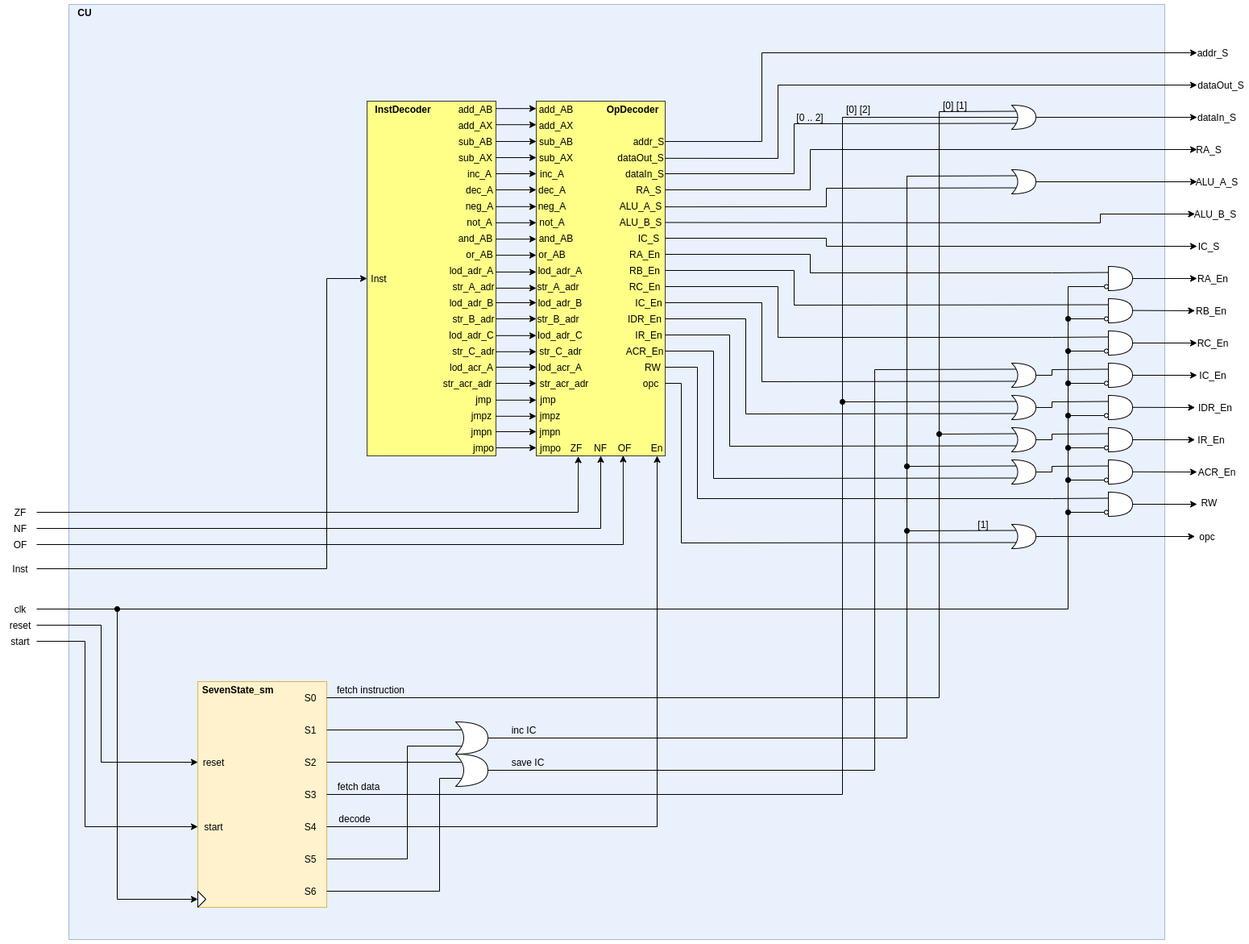
dma-neves/dcpu keeps this draw.io diagram as other/CU.png. Above is the earlier version. Source tidied: cells renumbered, new cells last; positions are measured from the earlier drawing's top-left corner, leaving out a move shared by most shapes.
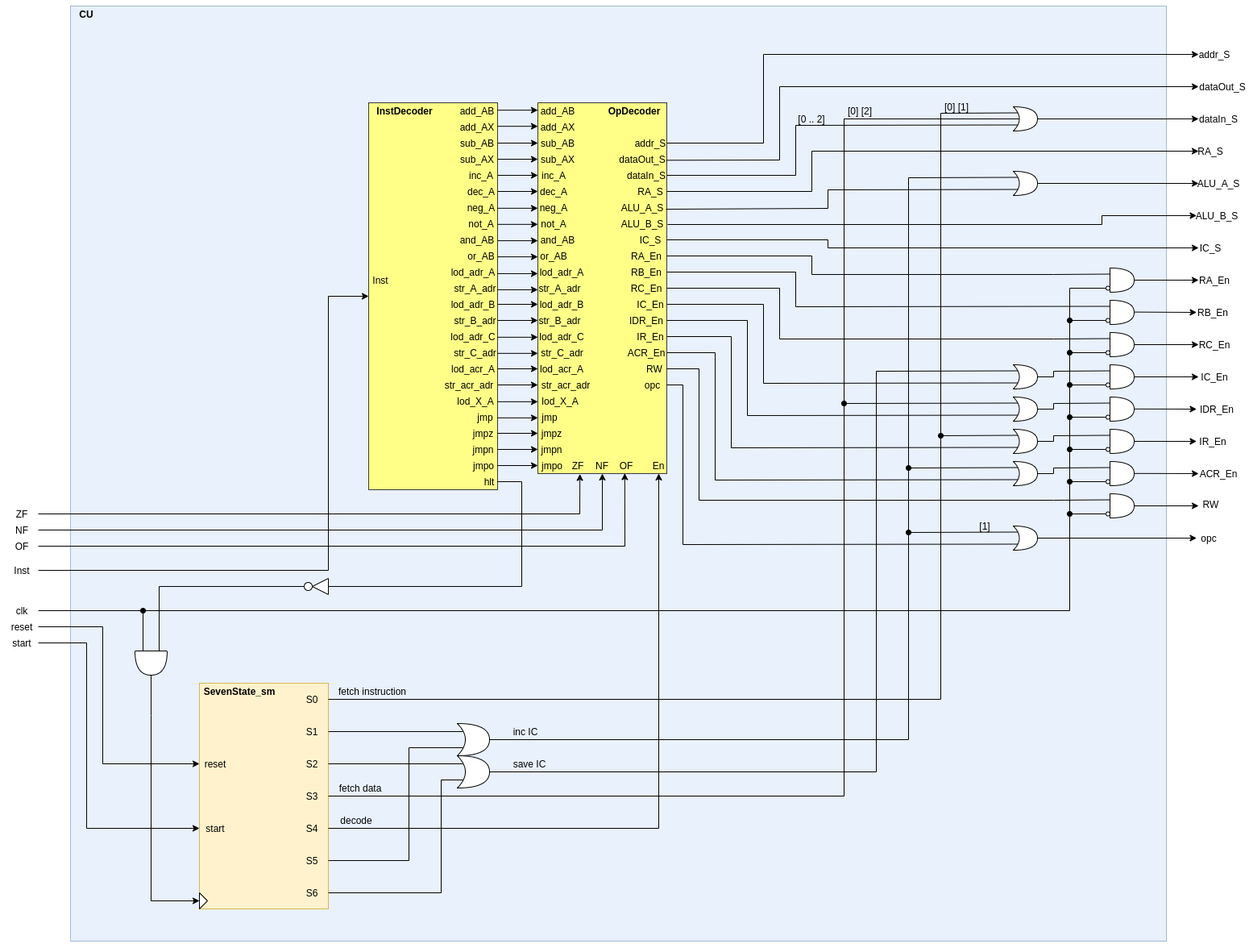
After the commit.

Change to the diagram source:
```diff
@@ -42,7 +42,7 @@
       <mxGeometry x="240" y="1010" width="40" height="20" as="geometry" />
     </mxCell>
     <mxCell id="15" style="rounded=0;whiteSpace=wrap;html=1;fillColor=#ffff88;strokeColor=#36393d;" parent="1" vertex="1">
-      <mxGeometry x="450" y="120" width="160" height="440" as="geometry" />
+      <mxGeometry x="450" y="120" width="160" height="480" as="geometry" />
     </mxCell>
     <mxCell id="16" value="&lt;b&gt;InstDecoder&lt;/b&gt;" style="text;html=1;strokeColor=none;fillColor=none;align=center;verticalAlign=middle;whiteSpace=wrap;rounded=0;" parent="1" vertex="1">
       <mxGeometry x="470" y="120" width="50" height="20" as="geometry" />
@@ -54,7 +54,7 @@
       <mxGeometry relative="1" as="geometry">
         <Array as="points">
           <mxPoint x="400" y="700" />
-          <mxPoint x="400" y="340" />
+          <mxPoint x="400" y="360" />
         </Array>
       </mxGeometry>
     </mxCell>
@@ -80,7 +80,7 @@
       </mxGeometry>
     </mxCell>
     <mxCell id="22" style="rounded=0;whiteSpace=wrap;html=1;fillColor=#ffff88;strokeColor=#36393d;" parent="1" vertex="1">
-      <mxGeometry x="660" y="120" width="160" height="440" as="geometry" />
+      <mxGeometry x="660" y="120" width="160" height="460" as="geometry" />
     </mxCell>
     <mxCell id="23" value="&lt;b&gt;OpDecoder&lt;/b&gt;" style="text;html=1;strokeColor=none;fillColor=none;align=center;verticalAlign=middle;whiteSpace=wrap;rounded=0;" parent="1" vertex="1">
       <mxGeometry x="760" y="120" width="40" height="20" as="geometry" />
@@ -134,16 +134,16 @@
       <mxGeometry x="560" y="420" width="45" height="20" as="geometry" />
     </mxCell>
     <mxCell id="40" value="jmp" style="text;html=1;strokeColor=none;fillColor=none;align=center;verticalAlign=middle;whiteSpace=wrap;rounded=0;" parent="1" vertex="1">
-      <mxGeometry x="570" y="480" width="50" height="20" as="geometry" />
+      <mxGeometry x="570" y="500" width="50" height="20" as="geometry" />
     </mxCell>
     <mxCell id="41" value="jmpz" style="text;html=1;strokeColor=none;fillColor=none;align=center;verticalAlign=middle;whiteSpace=wrap;rounded=0;" parent="1" vertex="1">
-      <mxGeometry x="570" y="500" width="45" height="20" as="geometry" />
+      <mxGeometry x="570" y="520" width="45" height="20" as="geometry" />
     </mxCell>
     <mxCell id="42" value="jmpn" style="text;html=1;strokeColor=none;fillColor=none;align=center;verticalAlign=middle;whiteSpace=wrap;rounded=0;" parent="1" vertex="1">
-      <mxGeometry x="570" y="520" width="45" height="20" as="geometry" />
+      <mxGeometry x="570" y="540" width="45" height="20" as="geometry" />
     </mxCell>
     <mxCell id="43" value="jmpo" style="text;html=1;strokeColor=none;fillColor=none;align=center;verticalAlign=middle;whiteSpace=wrap;rounded=0;" parent="1" vertex="1">
-      <mxGeometry x="575" y="540" width="40" height="20" as="geometry" />
+      <mxGeometry x="572.5" y="560" width="40" height="20" as="geometry" />
     </mxCell>
     <mxCell id="44" value="lod_acr_A" style="text;html=1;strokeColor=none;fillColor=none;align=center;verticalAlign=middle;whiteSpace=wrap;rounded=0;" parent="1" vertex="1">
       <mxGeometry x="565" y="440" width="30" height="20" as="geometry" />
@@ -200,16 +200,16 @@
       <mxGeometry x="667.5" y="420" width="45" height="20" as="geometry" />
     </mxCell>
     <mxCell id="62" value="jmp" style="text;html=1;strokeColor=none;fillColor=none;align=center;verticalAlign=middle;whiteSpace=wrap;rounded=0;" parent="1" vertex="1">
-      <mxGeometry x="650" y="480" width="50" height="20" as="geometry" />
+      <mxGeometry x="650" y="500" width="50" height="20" as="geometry" />
     </mxCell>
     <mxCell id="63" value="jmpz" style="text;html=1;strokeColor=none;fillColor=none;align=center;verticalAlign=middle;whiteSpace=wrap;rounded=0;" parent="1" vertex="1">
-      <mxGeometry x="655" y="500" width="45" height="20" as="geometry" />
+      <mxGeometry x="655" y="520" width="45" height="20" as="geometry" />
     </mxCell>
     <mxCell id="64" value="jmpn" style="text;html=1;strokeColor=none;fillColor=none;align=center;verticalAlign=middle;whiteSpace=wrap;rounded=0;" parent="1" vertex="1">
-      <mxGeometry x="655" y="520" width="45" height="20" as="geometry" />
+      <mxGeometry x="655" y="540" width="45" height="20" as="geometry" />
     </mxCell>
     <mxCell id="65" value="jmpo" style="text;html=1;strokeColor=none;fillColor=none;align=center;verticalAlign=middle;whiteSpace=wrap;rounded=0;" parent="1" vertex="1">
-      <mxGeometry x="657.5" y="540" width="40" height="20" as="geometry" />
+      <mxGeometry x="657.5" y="560" width="40" height="20" as="geometry" />
     </mxCell>
     <mxCell id="66" value="lod_acr_A" style="text;html=1;strokeColor=none;fillColor=none;align=center;verticalAlign=middle;whiteSpace=wrap;rounded=0;" parent="1" vertex="1">
       <mxGeometry x="675" y="440" width="30" height="20" as="geometry" />
@@ -218,16 +218,16 @@
       <mxGeometry x="675" y="460" width="40" height="20" as="geometry" />
     </mxCell>
     <mxCell id="68" value="En" style="text;html=1;strokeColor=none;fillColor=none;align=center;verticalAlign=middle;whiteSpace=wrap;rounded=0;" parent="1" vertex="1">
-      <mxGeometry x="790" y="540" width="40" height="20" as="geometry" />
+      <mxGeometry x="790" y="560" width="40" height="20" as="geometry" />
     </mxCell>
     <mxCell id="69" value="ZF" style="text;html=1;strokeColor=none;fillColor=none;align=center;verticalAlign=middle;whiteSpace=wrap;rounded=0;" parent="1" vertex="1">
-      <mxGeometry x="690" y="540" width="40" height="20" as="geometry" />
+      <mxGeometry x="690" y="560" width="40" height="20" as="geometry" />
     </mxCell>
     <mxCell id="70" value="NF" style="text;html=1;strokeColor=none;fillColor=none;align=center;verticalAlign=middle;whiteSpace=wrap;rounded=0;" parent="1" vertex="1">
-      <mxGeometry x="720" y="540" width="40" height="20" as="geometry" />
+      <mxGeometry x="720" y="560" width="40" height="20" as="geometry" />
     </mxCell>
     <mxCell id="71" value="OF" style="text;html=1;strokeColor=none;fillColor=none;align=center;verticalAlign=middle;whiteSpace=wrap;rounded=0;" parent="1" vertex="1">
-      <mxGeometry x="750" y="540" width="40" height="20" as="geometry" />
+      <mxGeometry x="750" y="560" width="40" height="20" as="geometry" />
     </mxCell>
     <mxCell id="72" value="addr_S" style="text;html=1;strokeColor=none;fillColor=none;align=center;verticalAlign=middle;whiteSpace=wrap;rounded=0;" parent="1" vertex="1">
       <mxGeometry x="780" y="160" width="40" height="20" as="geometry" />
@@ -397,7 +397,7 @@
     </mxCell>
     <mxCell id="123" style="endArrow=none;html=1;entryX=0;entryY=0.5;entryDx=0;entryDy=0;startArrow=oval;startFill=1;rounded=0;" parent="1" edge="1" target="103">
       <mxGeometry relative="1" as="geometry">
-        <mxPoint x="140" y="750" as="sourcePoint" />
+        <mxPoint x="170" y="750" as="sourcePoint" />
         <Array as="points">
           <mxPoint x="1320" y="750" />
           <mxPoint x="1320" y="350" />
@@ -555,7 +555,7 @@
         </Array>
       </mxGeometry>
     </mxCell>
-    <mxCell id="150" style="endArrow=classic;html=1;exitX=1;exitY=0.161;exitDx=0;exitDy=0;exitPerimeter=0;rounded=0;" parent="1" edge="1" source="22">
+    <mxCell id="150" style="endArrow=classic;html=1;exitX=0.996;exitY=0.155;exitDx=0;exitDy=0;exitPerimeter=0;rounded=0;" parent="1" edge="1" source="22">
       <mxGeometry relative="1" as="geometry">
         <mxPoint x="1480" y="100" as="targetPoint" />
         <Array as="points">
@@ -586,11 +586,11 @@
         </Array>
       </mxGeometry>
     </mxCell>
-    <mxCell id="155" style="endArrow=classic;html=1;exitX=1;exitY=0.5;exitDx=0;exitDy=0;entryX=0;entryY=0.5;entryDx=0;entryDy=0;rounded=0;" parent="1" edge="1" source="8" target="10">
+    <mxCell id="155" style="endArrow=classic;html=1;exitX=1;exitY=0.5;exitDx=0;exitDy=0;entryX=0;entryY=0.5;entryDx=0;entryDy=0;rounded=0;exitPerimeter=0;" parent="1" edge="1" source="227" target="10">
       <mxGeometry relative="1" as="geometry">
         <Array as="points">
-          <mxPoint x="140" y="750" />
-          <mxPoint x="140" y="1110" />
+          <mxPoint x="180" y="880" />
+          <mxPoint x="180" y="1110" />
         </Array>
       </mxGeometry>
     </mxCell>
@@ -626,8 +626,9 @@
     <mxCell id="164" value="fetch instruction" style="text;html=1;strokeColor=none;fillColor=none;align=center;verticalAlign=middle;whiteSpace=wrap;rounded=0;" parent="1" vertex="1">
       <mxGeometry x="400" y="840" width="110" height="20" as="geometry" />
     </mxCell>
-    <mxCell id="165" style="endArrow=classic;html=1;exitX=1;exitY=0.5;exitDx=0;exitDy=0;entryX=0.5;entryY=1;entryDx=0;entryDy=0;rounded=0;" parent="1" edge="1" source="160" target="68">
+    <mxCell id="165" style="endArrow=classic;html=1;exitX=1;exitY=0.5;exitDx=0;exitDy=0;rounded=0;" parent="1" edge="1" source="160">
       <mxGeometry relative="1" as="geometry">
+        <mxPoint x="810" y="580" as="targetPoint" />
         <Array as="points">
           <mxPoint x="810" y="1020" />
         </Array>
@@ -738,7 +739,7 @@
         </Array>
       </mxGeometry>
     </mxCell>
-    <mxCell id="188" style="endArrow=none;html=1;entryX=0.175;entryY=0.75;entryDx=0;entryDy=0;entryPerimeter=0;exitX=1;exitY=0.298;exitDx=0;exitDy=0;exitPerimeter=0;rounded=0;" parent="1" edge="1" source="22" target="134">
+    <mxCell id="188" style="endArrow=none;html=1;entryX=0.175;entryY=0.75;entryDx=0;entryDy=0;entryPerimeter=0;exitX=0.994;exitY=0.287;exitDx=0;exitDy=0;exitPerimeter=0;rounded=0;" parent="1" edge="1" source="22" target="134">
       <mxGeometry relative="1" as="geometry">
         <Array as="points">
           <mxPoint x="1020" y="251" />
@@ -946,13 +947,62 @@
     <mxCell id="221" value="ALU_B_S" style="text;html=1;strokeColor=none;fillColor=none;align=center;verticalAlign=middle;whiteSpace=wrap;rounded=0;" parent="1" vertex="1">
       <mxGeometry x="770" y="260" width="40" height="20" as="geometry" />
     </mxCell>
-    <mxCell id="222" style="endArrow=classic;html=1;entryX=0;entryY=0.5;entryDx=0;entryDy=0;exitX=1.001;exitY=0.342;exitDx=0;exitDy=0;exitPerimeter=0;rounded=0;" parent="1" edge="1" source="22" target="220">
+    <mxCell id="222" style="endArrow=classic;html=1;entryX=0;entryY=0.5;entryDx=0;entryDy=0;rounded=0;" parent="1" edge="1" target="220">
       <mxGeometry relative="1" as="geometry">
+        <mxPoint x="821" y="271" as="sourcePoint" />
         <Array as="points">
           <mxPoint x="1360" y="271" />
           <mxPoint x="1360" y="260" />
         </Array>
       </mxGeometry>
     </mxCell>
+    <mxCell id="223" style="endArrow=classic;html=1;" parent="1" edge="1">
+      <mxGeometry relative="1" as="geometry">
+        <mxPoint x="610" y="570" as="sourcePoint" />
+        <mxPoint x="660" y="570" as="targetPoint" />
+      </mxGeometry>
+    </mxCell>
+    <mxCell id="224" value="lod_X_A" style="text;html=1;strokeColor=none;fillColor=none;align=center;verticalAlign=middle;whiteSpace=wrap;rounded=0;" parent="1" vertex="1">
+      <mxGeometry x="562.5" y="480" width="40" height="20" as="geometry" />
+    </mxCell>
+    <mxCell id="225" value="lod_X_A" style="text;html=1;strokeColor=none;fillColor=none;align=center;verticalAlign=middle;whiteSpace=wrap;rounded=0;" parent="1" vertex="1">
+      <mxGeometry x="667.5" y="480" width="40" height="20" as="geometry" />
+    </mxCell>
+    <mxCell id="226" value="hlt" style="text;html=1;strokeColor=none;fillColor=none;align=center;verticalAlign=middle;whiteSpace=wrap;rounded=0;" parent="1" vertex="1">
+      <mxGeometry x="590" y="580" width="20" height="20" as="geometry" />
+    </mxCell>
+    <mxCell id="227" style="shape=or;whiteSpace=wrap;html=1;direction=south;" parent="1" vertex="1">
+      <mxGeometry x="160" y="800" width="40" height="30" as="geometry" />
+    </mxCell>
+    <mxCell id="228" style="endArrow=none;html=1;exitX=1;exitY=0.5;exitDx=0;exitDy=0;entryX=0;entryY=0.75;entryDx=0;entryDy=0;entryPerimeter=0;rounded=0;" parent="1" edge="1" source="8" target="227">
+      <mxGeometry relative="1" as="geometry">
+        <Array as="points">
+          <mxPoint x="170" y="750" />
+        </Array>
+      </mxGeometry>
+    </mxCell>
+    <mxCell id="229" style="endArrow=none;html=1;entryX=1;entryY=0.5;entryDx=0;entryDy=0;rounded=0;" parent="1" edge="1" target="226">
+      <mxGeometry relative="1" as="geometry">
+        <mxPoint x="400" y="720" as="sourcePoint" />
+        <Array as="points">
+          <mxPoint x="400" y="720" />
+          <mxPoint x="640" y="720" />
+          <mxPoint x="640" y="590" />
+        </Array>
+      </mxGeometry>
+    </mxCell>
+    <mxCell id="230" style="ellipse;whiteSpace=wrap;html=1;" parent="1" vertex="1">
+      <mxGeometry x="370" y="715" width="10" height="10" as="geometry" />
+    </mxCell>
+    <mxCell id="231" style="triangle;whiteSpace=wrap;html=1;direction=west;" parent="1" vertex="1">
+      <mxGeometry x="380" y="710" width="20" height="20" as="geometry" />
+    </mxCell>
+    <mxCell id="232" style="endArrow=none;html=1;exitX=0;exitY=0.25;exitDx=0;exitDy=0;exitPerimeter=0;entryX=0;entryY=0.5;entryDx=0;entryDy=0;rounded=0;" parent="1" edge="1" source="227" target="230">
+      <mxGeometry relative="1" as="geometry">
+        <Array as="points">
+          <mxPoint x="190" y="720" />
+        </Array>
+      </mxGeometry>
+    </mxCell>
   </root>
 </mxGraphModel>
```
